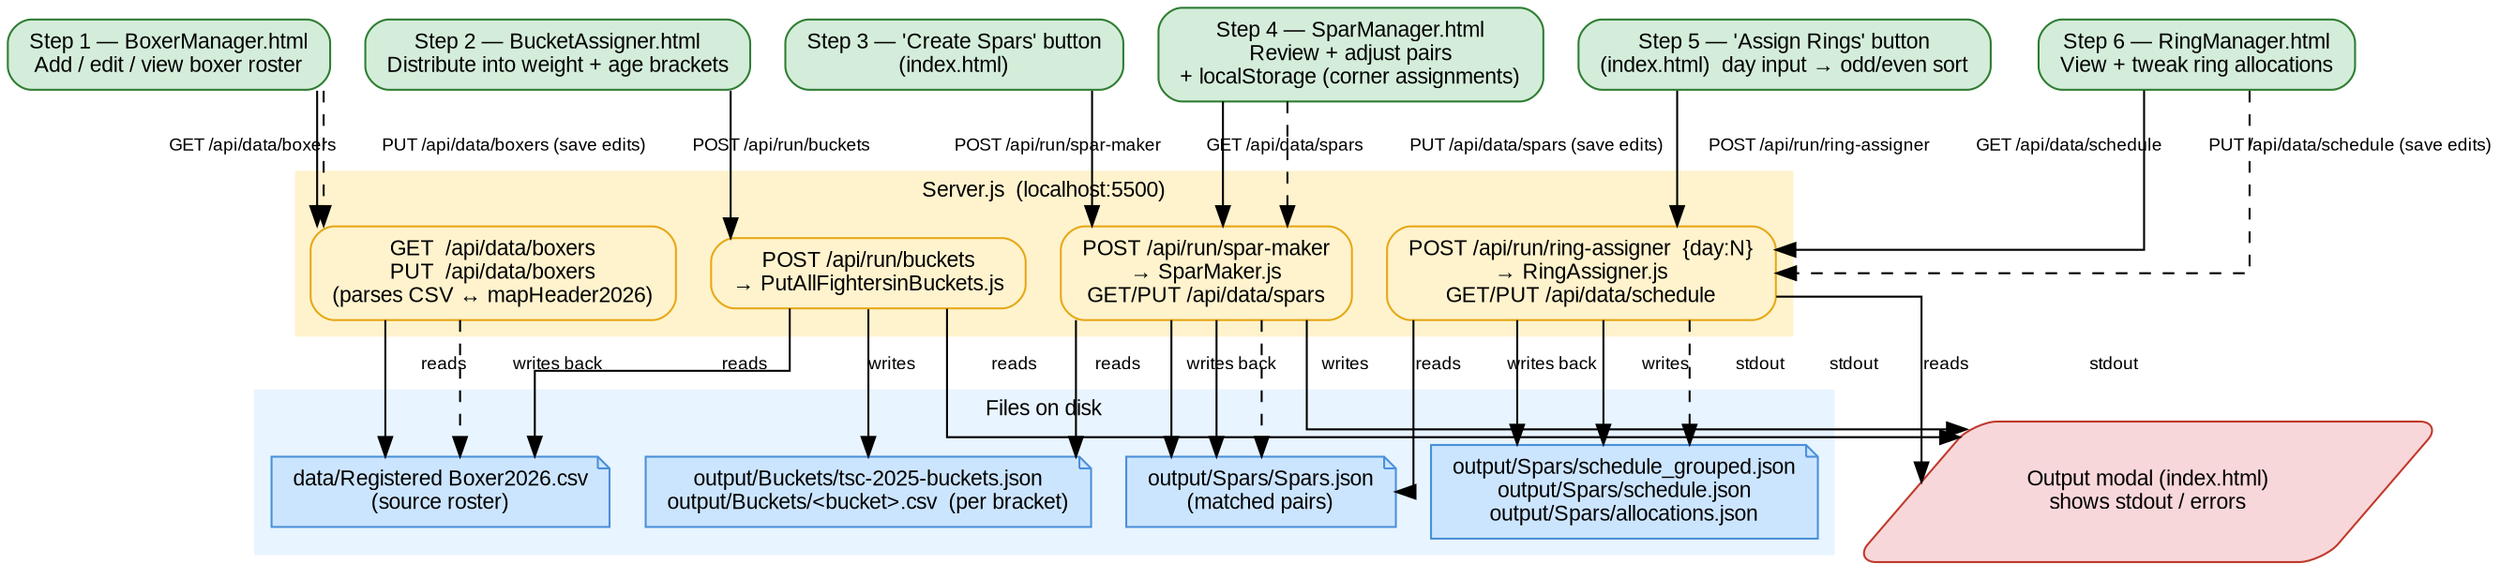
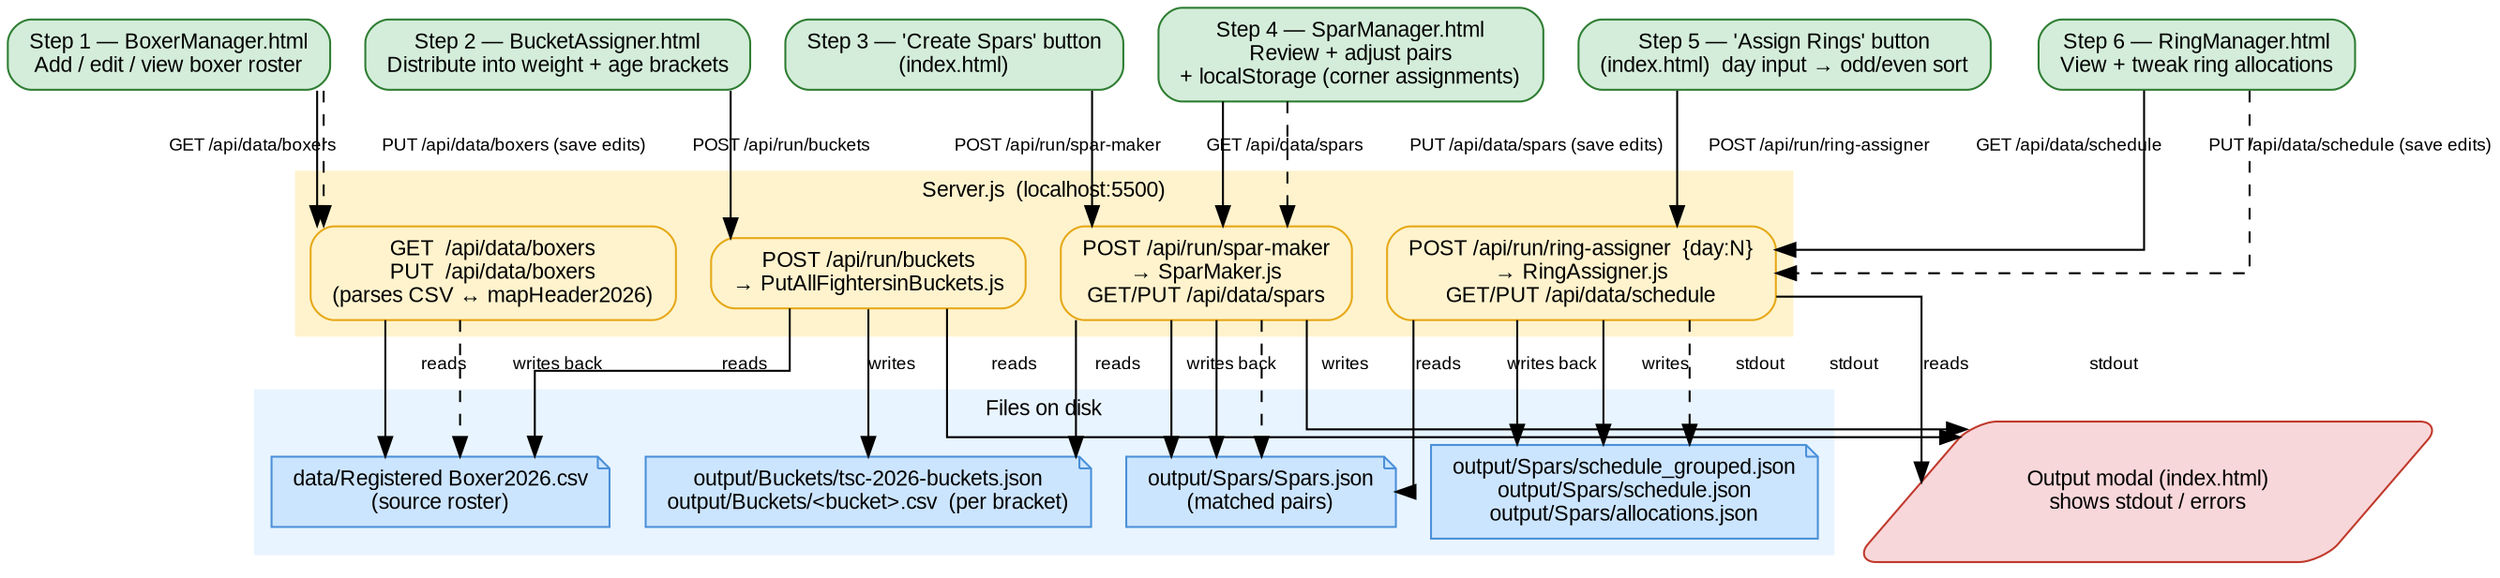
digraph IndexDataFlow {
  rankdir=TB;
  graph [fontname="Arial" fontsize=11 splines=ortho];
  node  [fontname="Arial" fontsize=11 shape=box style="filled,rounded" margin="0.15,0.08"];
  edge  [fontname="Arial" fontsize=9];

  // ════════════════════════════════════════════════
  // FILES
  // ════════════════════════════════════════════════

  subgraph cluster_files {
    label="Files on disk"; style=filled; color="#e8f4ff"; fontname="Arial"; fontsize=11;

    F_csv       [label="data/Registered Boxer2026.csv\n(source roster)" fillcolor="#cce5ff" color="#4a90d9" shape=note];
-     F_buckets   [label="output/Buckets/tsc-2025-buckets.json\noutput/Buckets/<bucket>.csv  (per bracket)" fillcolor="#cce5ff" color="#4a90d9" shape=note];
+     F_buckets   [label="output/Buckets/tsc-2026-buckets.json\noutput/Buckets/<bucket>.csv  (per bracket)" fillcolor="#cce5ff" color="#4a90d9" shape=note];
    F_spars     [label="output/Spars/Spars.json\n(matched pairs)" fillcolor="#cce5ff" color="#4a90d9" shape=note];
    F_schedule  [label="output/Spars/schedule_grouped.json\noutput/Spars/schedule.json\noutput/Spars/allocations.json" fillcolor="#cce5ff" color="#4a90d9" shape=note];
  }

  // ════════════════════════════════════════════════
  // SERVER
  // ════════════════════════════════════════════════

  subgraph cluster_server {
    label="Server.js  (localhost:5500)"; style=filled; color="#fff3cd"; fontname="Arial"; fontsize=11;

    SRV_boxers   [label="GET  /api/data/boxers\nPUT  /api/data/boxers\n(parses CSV ↔ mapHeader2026)" fillcolor="#fff3cd" color="#e6a817"];
    SRV_buckets  [label="POST /api/run/buckets\n→ PutAllFightersinBuckets.js" fillcolor="#fff3cd" color="#e6a817"];
    SRV_spars    [label="POST /api/run/spar-maker\n→ SparMaker.js\nGET/PUT /api/data/spars" fillcolor="#fff3cd" color="#e6a817"];
    SRV_rings    [label="POST /api/run/ring-assigner  {day:N}\n→ RingAssigner.js\nGET/PUT /api/data/schedule" fillcolor="#fff3cd" color="#e6a817"];
  }

  // ════════════════════════════════════════════════
  // UI TOOLS  (steps 1 → 7)
  // ════════════════════════════════════════════════

  S1 [label="Step 1 — BoxerManager.html\nAdd / edit / view boxer roster" fillcolor="#d4edda" color="#2e7d32"];
  S2 [label="Step 2 — BucketAssigner.html\nDistribute into weight + age brackets" fillcolor="#d4edda" color="#2e7d32"];
  S3 [label="Step 3 — 'Create Spars' button\n(index.html)" fillcolor="#d4edda" color="#2e7d32"];
  S4 [label="Step 4 — SparManager.html\nReview + adjust pairs\n+ localStorage (corner assignments)" fillcolor="#d4edda" color="#2e7d32"];
  S5 [label="Step 5 — 'Assign Rings' button\n(index.html)  day input → odd/even sort" fillcolor="#d4edda" color="#2e7d32"];
  S6 [label="Step 6 — RingManager.html\nView + tweak ring allocations" fillcolor="#d4edda" color="#2e7d32"];

  Modal [label="Output modal (index.html)\nshows stdout / errors" fillcolor="#f8d7da" color="#c0392b" shape=parallelogram];

  // ════════════════════════════════════════════════
  // EDGES
  // ════════════════════════════════════════════════

  // Step 1 — Boxer Manager
  S1          -> SRV_boxers  [label="GET /api/data/boxers"];
  SRV_boxers  -> F_csv       [label="reads"];
  S1          -> SRV_boxers  [label="PUT /api/data/boxers (save edits)" style=dashed];
  SRV_boxers  -> F_csv       [label="writes back" style=dashed];

  // Step 2 — Bucket Assigner
  S2          -> SRV_buckets [label="POST /api/run/buckets"];
  SRV_buckets -> F_csv       [label="reads"];
  SRV_buckets -> F_buckets   [label="writes"];
  SRV_buckets -> Modal       [label="stdout"];

  // Step 3 — Create Spars
  S3          -> SRV_spars   [label="POST /api/run/spar-maker"];
  SRV_spars   -> F_buckets   [label="reads"];
  SRV_spars   -> F_spars     [label="writes"];
  SRV_spars   -> Modal       [label="stdout"];

  // Step 4 — Spar Manager
  S4          -> SRV_spars   [label="GET /api/data/spars"];
  SRV_spars   -> F_spars     [label="reads"];
  S4          -> SRV_spars   [label="PUT /api/data/spars (save edits)" style=dashed];
  SRV_spars   -> F_spars     [label="writes back" style=dashed];

  // Step 5 — Assign Rings
  S5          -> SRV_rings   [label="POST /api/run/ring-assigner"];
  SRV_rings   -> F_spars     [label="reads"];
  SRV_rings   -> F_schedule  [label="writes"];
  SRV_rings   -> Modal       [label="stdout"];

  // Step 6 — Ring Manager
  S6          -> SRV_rings   [label="GET /api/data/schedule"];
  SRV_rings   -> F_schedule  [label="reads"];
  S6          -> SRV_rings   [label="PUT /api/data/schedule (save edits)" style=dashed];
  SRV_rings   -> F_schedule  [label="writes back" style=dashed];

}
